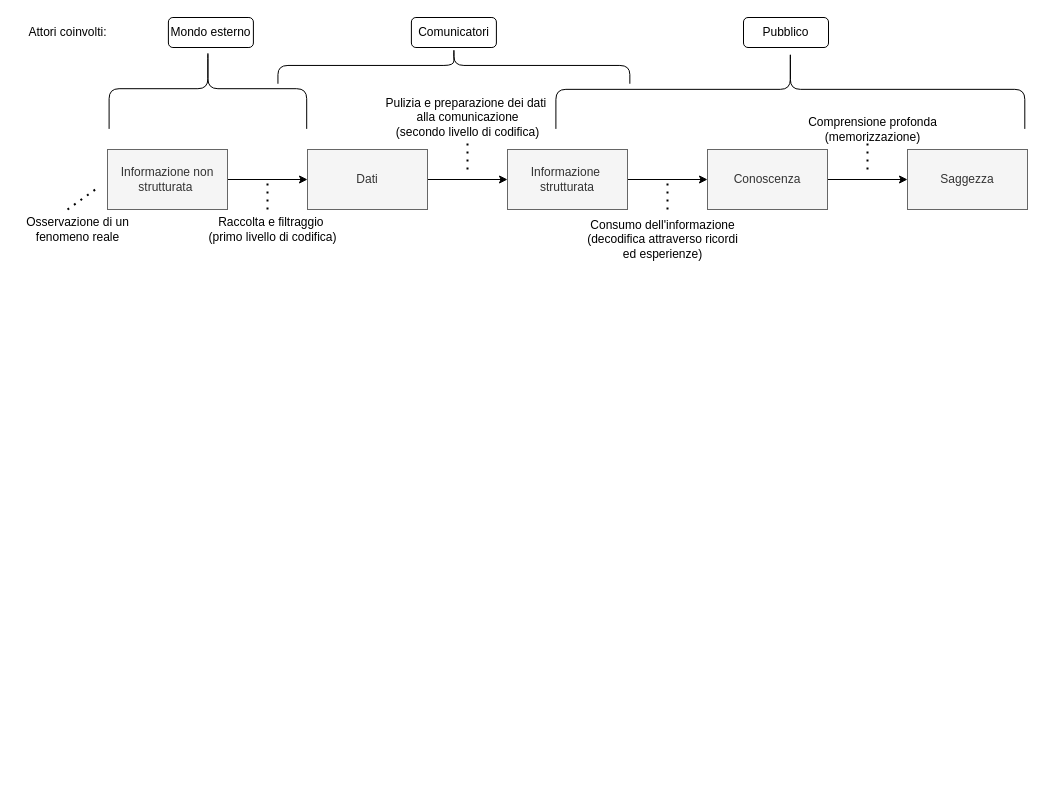
jeskarr/thesis keeps this draw.io diagram as utils/DIKV.drawio. Above is the earlier version. Source tidied: cells renumbered, new cells numbered last; positions are measured from the earlier drawing's top-left corner, leaving out a move shared by most shapes. Both pictures are drawn from the tidied source at 100%, with x=0, y=0 at pixel (17, -146).
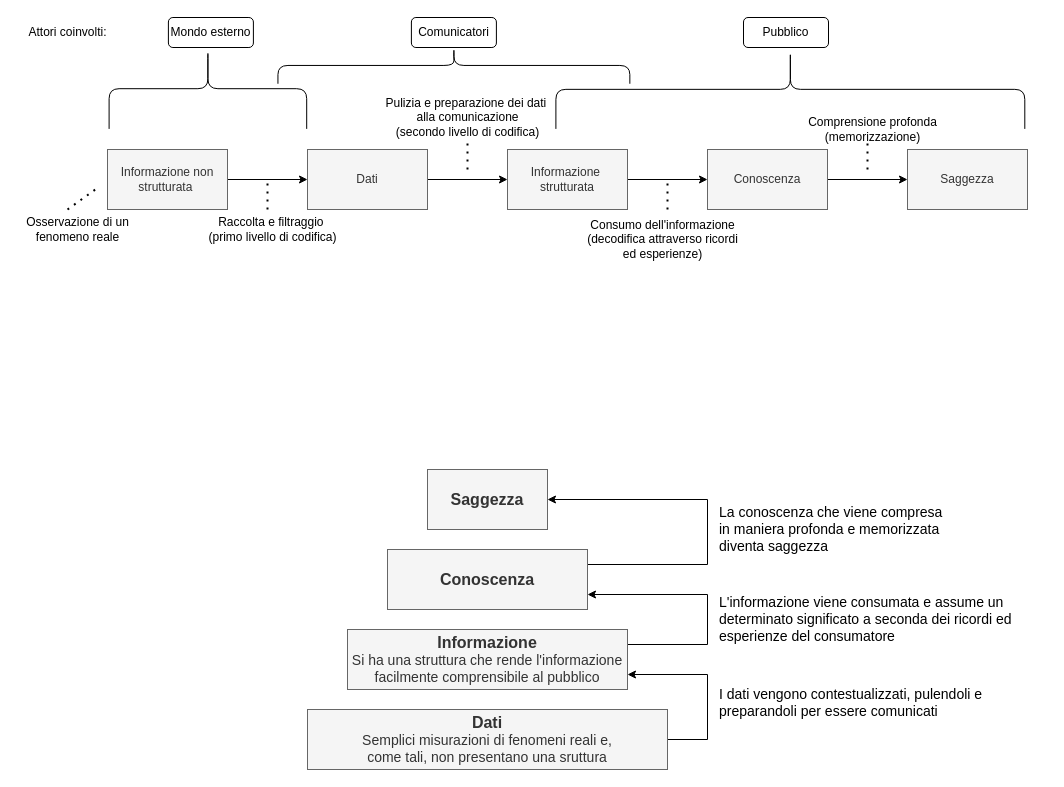
Above is the later version.

Diff of the diagram source:
```diff
@@
+    <mxCell id="28" style="edgeStyle=orthogonalEdgeStyle;rounded=0;jettySize=auto;html=1;exitX=1;exitY=0.5;exitDx=0;exitDy=0;entryX=1;entryY=0.75;entryDx=0;entryDy=0;" parent="1" edge="1" source="29" target="31">
+      <mxGeometry relative="1" as="geometry">
+        <Array as="points">
+          <mxPoint x="690" y="885" />
+          <mxPoint x="690" y="820" />
+        </Array>
+      </mxGeometry>
+    </mxCell>
+    <mxCell id="29" value="&lt;div&gt;&lt;b&gt;&lt;font style=&quot;font-size: 16px;&quot;&gt;Dati&lt;/font&gt;&lt;br&gt;&lt;/b&gt;&lt;/div&gt;&lt;div style=&quot;font-size: 14px;&quot;&gt;&lt;div style=&quot;&quot;&gt;&lt;font style=&quot;font-size: 14px;&quot;&gt;Semplici misurazioni di fenomeni reali e, &lt;br&gt;&lt;/font&gt;&lt;/div&gt;&lt;div style=&quot;&quot;&gt;&lt;font style=&quot;font-size: 14px;&quot;&gt;come tali, non presentano una sruttura&lt;/font&gt;&lt;/div&gt;&lt;/div&gt;" style="rounded=0;whiteSpace=wrap;html=1;fillColor=#f5f5f5;fontColor=#333333;strokeColor=#666666;" parent="1" vertex="1">
+      <mxGeometry x="290" y="855" width="360" height="60" as="geometry" />
+    </mxCell>
+    <mxCell id="30" style="edgeStyle=orthogonalEdgeStyle;rounded=0;jettySize=auto;html=1;exitX=1;exitY=0.25;exitDx=0;exitDy=0;entryX=1;entryY=0.75;entryDx=0;entryDy=0;" parent="1" edge="1" source="31" target="33">
+      <mxGeometry relative="1" as="geometry">
+        <Array as="points">
+          <mxPoint x="690" y="790" />
+          <mxPoint x="690" y="740" />
+        </Array>
+      </mxGeometry>
+    </mxCell>
+    <mxCell id="31" value="&lt;div&gt;&lt;font style=&quot;font-size: 16px;&quot;&gt;&lt;b&gt;Informazione&lt;/b&gt;&lt;/font&gt;&lt;/div&gt;&lt;div style=&quot;font-size: 14px;&quot;&gt;&lt;font style=&quot;font-size: 14px;&quot;&gt;Si ha una struttura che rende l'informazione facilmente comprensibile al pubblico&lt;br&gt;&lt;/font&gt;&lt;/div&gt;" style="rounded=0;whiteSpace=wrap;html=1;fillColor=#f5f5f5;fontColor=#333333;strokeColor=#666666;" parent="1" vertex="1">
+      <mxGeometry x="330" y="775" width="280" height="60" as="geometry" />
+    </mxCell>
+    <mxCell id="32" style="edgeStyle=orthogonalEdgeStyle;rounded=0;jettySize=auto;html=1;exitX=1;exitY=0.25;exitDx=0;exitDy=0;entryX=1;entryY=0.5;entryDx=0;entryDy=0;" parent="1" edge="1" source="33" target="34">
+      <mxGeometry relative="1" as="geometry">
+        <Array as="points">
+          <mxPoint x="690" y="710" />
+          <mxPoint x="690" y="645" />
+        </Array>
+      </mxGeometry>
+    </mxCell>
+    <mxCell id="33" value="&lt;font style=&quot;font-size: 16px;&quot;&gt;&lt;b&gt;Conoscenza&lt;/b&gt;&lt;/font&gt;" style="rounded=0;whiteSpace=wrap;html=1;fillColor=#f5f5f5;fontColor=#333333;strokeColor=#666666;" parent="1" vertex="1">
+      <mxGeometry x="370" y="695" width="200" height="60" as="geometry" />
+    </mxCell>
+    <mxCell id="34" value="&lt;font style=&quot;font-size: 16px;&quot;&gt;&lt;b&gt;Saggezza&lt;/b&gt;&lt;/font&gt;" style="rounded=0;whiteSpace=wrap;html=1;fillColor=#f5f5f5;fontColor=#333333;strokeColor=#666666;" parent="1" vertex="1">
+      <mxGeometry x="410" y="615" width="120" height="60" as="geometry" />
+    </mxCell>
+    <mxCell id="35" value="&lt;div style=&quot;font-size: 14px;&quot; align=&quot;left&quot;&gt;L&lt;font style=&quot;font-size: 14px;&quot;&gt;a conoscenza che viene compresa&amp;nbsp;&lt;/font&gt;&lt;/div&gt;&lt;div style=&quot;font-size: 14px;&quot; align=&quot;left&quot;&gt;&lt;font style=&quot;font-size: 14px;&quot;&gt;in maniera profonda e memorizzata&amp;nbsp;&lt;/font&gt;&lt;/div&gt;&lt;div style=&quot;font-size: 14px;&quot; align=&quot;left&quot;&gt;&lt;font style=&quot;font-size: 14px;&quot;&gt;diventa saggezza&lt;/font&gt;&lt;/div&gt;" style="text;html=1;align=left;verticalAlign=middle;strokeColor=none;fillColor=none;" parent="1" vertex="1">
+      <mxGeometry x="700" y="645" width="250" height="60" as="geometry" />
+    </mxCell>
+    <mxCell id="36" value="&lt;div style=&quot;font-size: 14px;&quot;&gt;&lt;font style=&quot;font-size: 14px;&quot;&gt;L'informazione viene consumata e assume un &lt;br&gt;&lt;/font&gt;&lt;/div&gt;&lt;div style=&quot;font-size: 14px;&quot;&gt;&lt;font style=&quot;font-size: 14px;&quot;&gt;determinato significato a seconda dei ricordi ed&amp;nbsp;&lt;/font&gt;&lt;/div&gt;&lt;div style=&quot;font-size: 14px;&quot;&gt;&lt;font style=&quot;font-size: 14px;&quot;&gt;esperienze &lt;font style=&quot;font-size: 14px;&quot;&gt;del consumatore&lt;/font&gt;&lt;br&gt;&lt;/font&gt;&lt;/div&gt;" style="text;html=1;align=left;verticalAlign=middle;strokeColor=none;fillColor=none;" parent="1" vertex="1">
+      <mxGeometry x="700" y="735" width="320" height="60" as="geometry" />
+    </mxCell>
+    <mxCell id="37" value="&lt;div style=&quot;font-size: 14px;&quot;&gt;&lt;font style=&quot;font-size: 14px;&quot;&gt;I dati vengono contestualizzati, pulendoli e &lt;br&gt;&lt;/font&gt;&lt;/div&gt;&lt;div style=&quot;font-size: 14px;&quot;&gt;&lt;font style=&quot;font-size: 14px;&quot;&gt;&lt;font style=&quot;font-size: 14px;&quot;&gt;preparandoli per essere comunicati &lt;/font&gt;&lt;br&gt;&lt;/font&gt;&lt;/div&gt;" style="text;whiteSpace=wrap;html=1;" parent="1" vertex="1">
+      <mxGeometry x="700" y="825" width="330" height="50" as="geometry" />
+    </mxCell>
```
